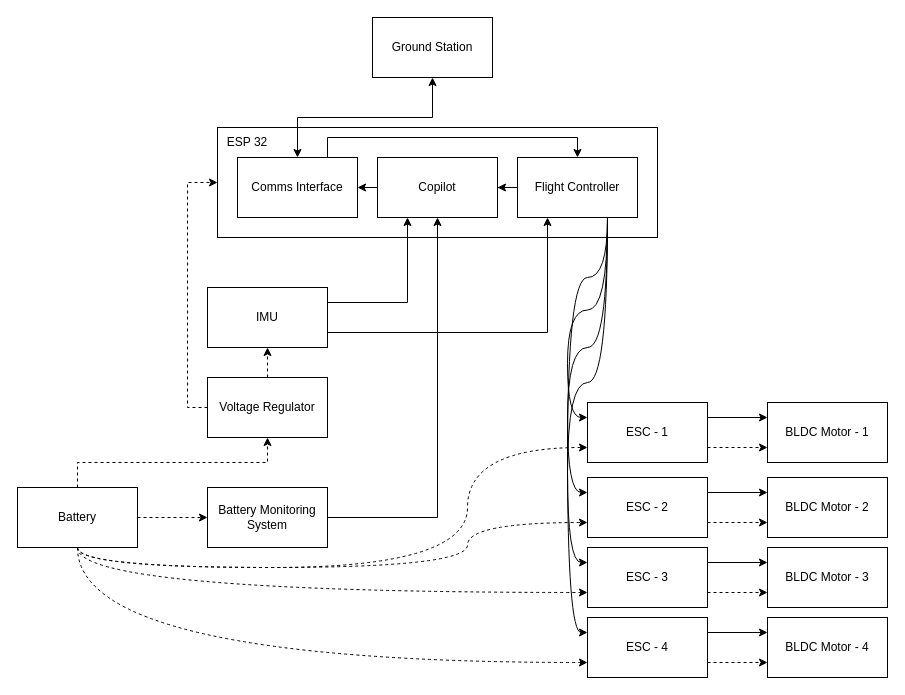
The draw.io diagram docs/System Architecture.drawio in fahadhub/quadcopter, before the edit. Source tidied: cells renumbered, new cells numbered last; positions are measured from the earlier drawing's top-left corner, leaving out a move shared by most shapes. Both pictures are drawn from the tidied source at 100%, with x=0, y=0 at pixel (17, 17).
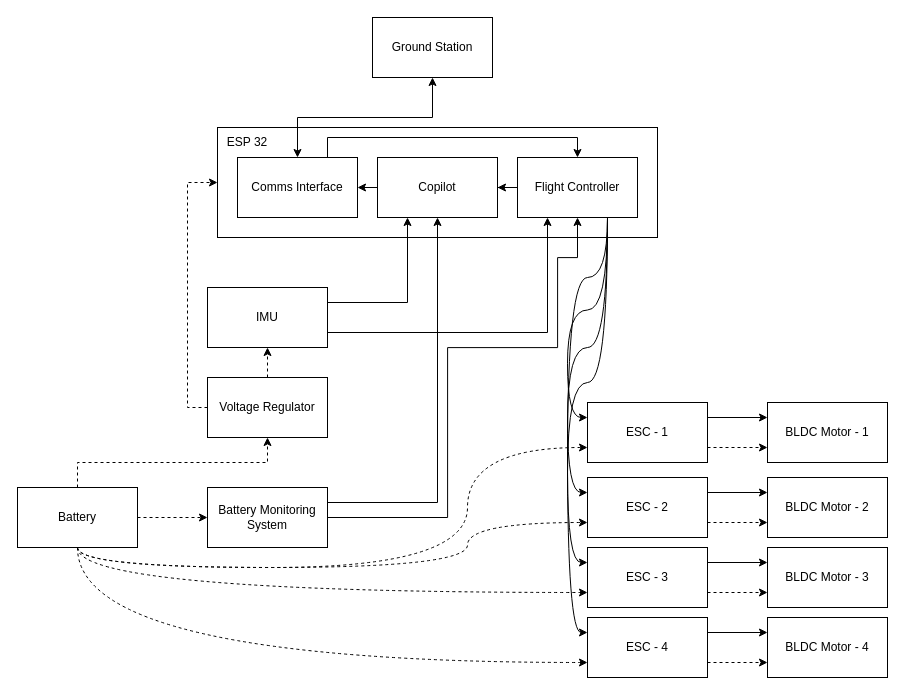
The same page after the edit.

The change refers to these unchanged cells:
```xml
<mxCell id="23" value="Battery Monitoring System" style="rounded=0;whiteSpace=wrap;html=1;" parent="1" vertex="1">
  <mxGeometry x="190" y="470" width="120" height="60" as="geometry" />
</mxCell>
<mxCell id="27" value="Copilot" style="rounded=0;whiteSpace=wrap;html=1;" parent="1" vertex="1">
  <mxGeometry x="360" y="140" width="120" height="60" as="geometry" />
</mxCell>
<mxCell id="33" value="Flight Controller" style="rounded=0;whiteSpace=wrap;html=1;" parent="1" vertex="1">
  <mxGeometry x="500" y="140" width="120" height="60" as="geometry" />
</mxCell>
```

Change to the diagram source:
```diff
@@
-    <mxCell id="22" style="edgeStyle=orthogonalEdgeStyle;rounded=0;jettySize=auto;html=1;exitX=1;exitY=0.5;exitDx=0;exitDy=0;entryX=0.5;entryY=1;entryDx=0;entryDy=0;" parent="1" edge="1" source="23" target="27">
+    <mxCell id="22" style="edgeStyle=orthogonalEdgeStyle;rounded=0;jettySize=auto;html=1;exitX=1;exitY=0.25;exitDx=0;exitDy=0;entryX=0.5;entryY=1;entryDx=0;entryDy=0;" parent="1" edge="1" source="23" target="27">
       <mxGeometry relative="1" as="geometry" />
     </mxCell>
+    <mxCell id="47" style="edgeStyle=orthogonalEdgeStyle;rounded=0;jettySize=auto;html=1;exitX=1;exitY=0.5;exitDx=0;exitDy=0;entryX=0.5;entryY=1;entryDx=0;entryDy=0;" parent="1" edge="1" source="23" target="33">
+      <mxGeometry relative="1" as="geometry">
+        <Array as="points">
+          <mxPoint x="430.1" y="500.1" />
+          <mxPoint x="430.1" y="330.1" />
+          <mxPoint x="540.1" y="330.1" />
+          <mxPoint x="540.1" y="240.1" />
+          <mxPoint x="560.1" y="240.1" />
+        </Array>
+      </mxGeometry>
+    </mxCell>
```
